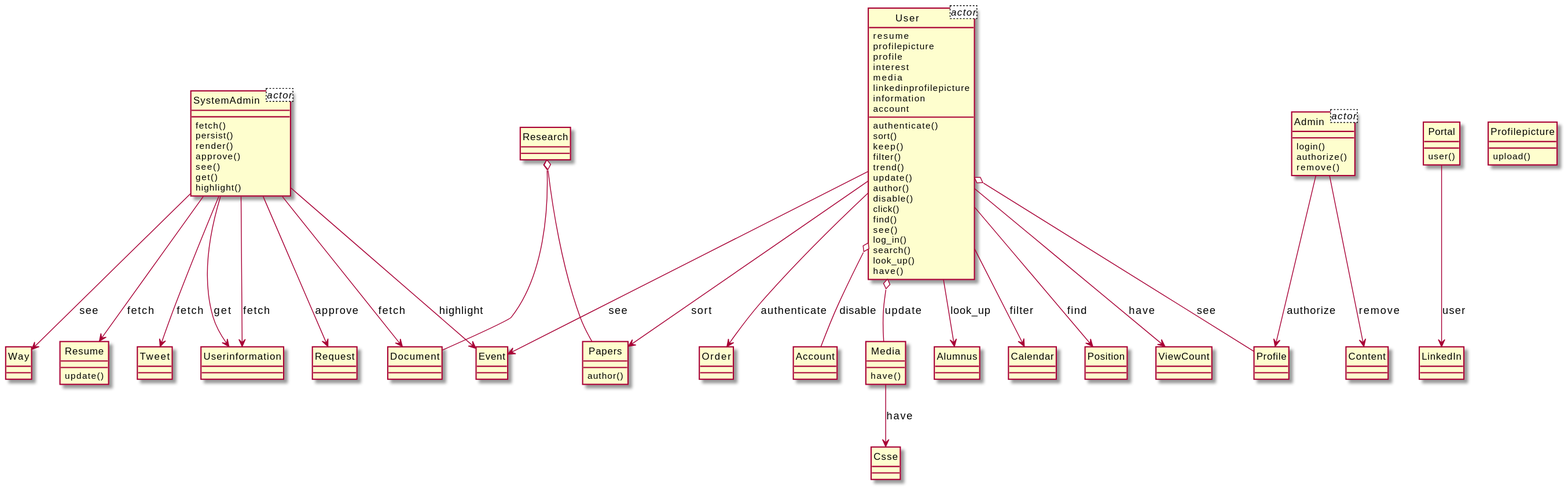
Before: output/diagram_5/2019-USC-Project01.svg, a diagram exported from PlantUML (xixixhalu/DomainModelExtractor).
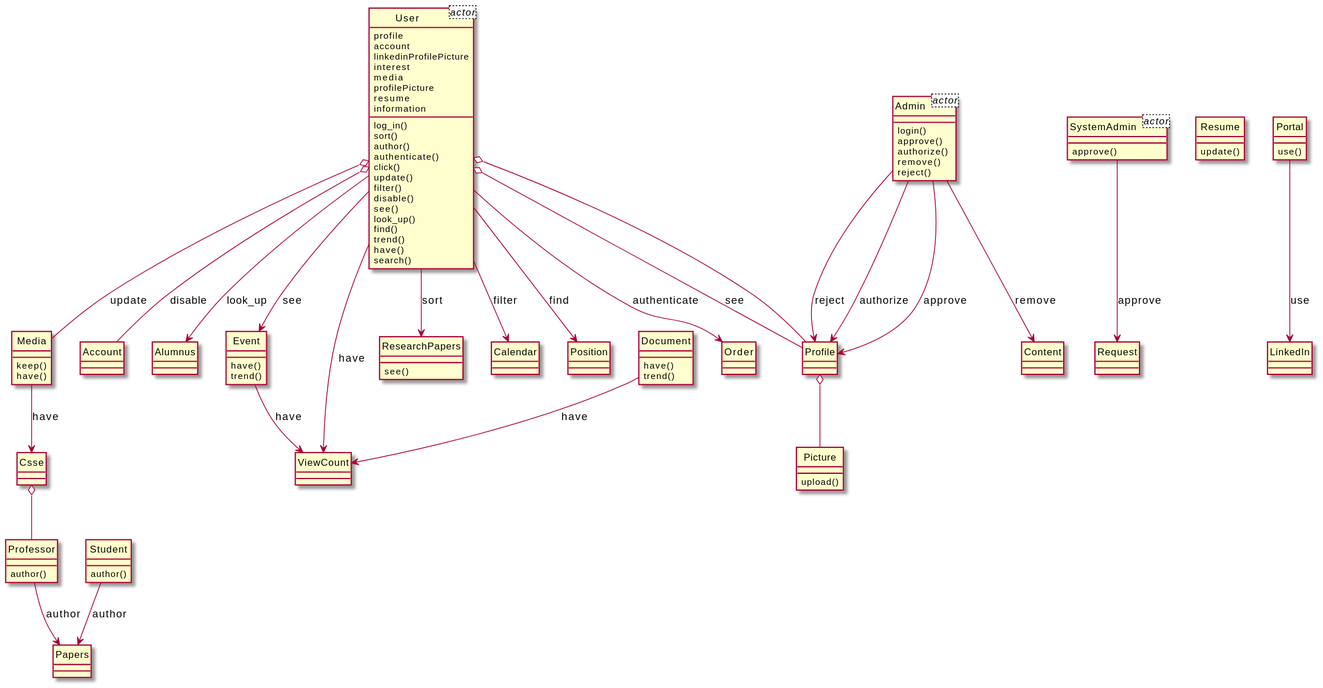
The same file after the commit.

The edit, as a diff of the source:
```diff
@@ -1,121 +1,121 @@
 @startuml
 hide circle
 class User<actor> {
-	resume
-	profilepicture
 	profile
+	account
+	linkedinProfilePicture
 	interest
 	media
-	linkedinprofilepicture
+	profilePicture
+	resume
 	information
-	account
 }
 class SystemAdmin<actor> {
 }
 class Admin<actor> {
 }
-class Research {
+class Picture {
+	upload()
+}
+class Professor {
+	author()
+}
+class SystemAdmin {
+	approve()
+}
+class Request {
+}
+class Event {
+	have()
+	trend()
+}
+class ViewCount {
+}
+class User {
+	log_in()
+	sort()
+	author()
+	authenticate()
+	click()
+	update()
+	filter()
+	disable()
+	see()
+	look_up()
+	find()
+	trend()
+	have()
+	search()
+}
+class Account {
+}
+class Admin {
+	login()
+	approve()
+	authorize()
+	remove()
+	reject()
+}
+class Content {
+}
+class Alumnus {
 }
 class Document {
+	have()
+	trend()
 }
-class User {
-	authenticate()
-	sort()
-	keep()
-	filter()
-	trend()
-	update()
-	author()
-	disable()
-	click()
-	find()
-	see()
-	log_in()
-	search()
-	look_up()
-	have()
+class Calendar {
 }
-class Papers {
-	author()
-}
-class Portal {
-	user()
-}
-class LinkedIn {
+class Position {
 }
 class Order {
 }
-class Account {
+class Student {
+	author()
 }
-class SystemAdmin {
-	fetch()
-	persist()
-	render()
-	approve()
-	see()
-	get()
-	highlight()
-}
-class Userinformation {
+class Papers {
 }
 class Profile {
 }
 class Media {
+	keep()
 	have()
 }
-class Alumnus {
-}
-class Admin {
-	login()
-	authorize()
-	remove()
-}
-class Request {
-}
-class Way {
-}
-class Calendar {
+class Csse {
 }
 class Resume {
 	update()
 }
-class Content {
+class ResearchPapers {
+	see()
 }
-class Csse {
+class Portal {
+	use()
 }
-class Tweet {
+class LinkedIn {
 }
-class Position {
-}
-class Event {
-}
-class ViewCount {
-}
-class Profilepicture {
-	upload()
-}
-User --> Papers : sort
-User --> Order : authenticate
-SystemAdmin --> Userinformation : get
-SystemAdmin --> Userinformation : fetch
-Media --> Csse : have
+User --> ViewCount : have
+Admin --> Content : remove
+User o-- Account : disable
+User --> Alumnus : look_up
+User --> ResearchPapers : sort
 User o-- Profile : see
-User o-- Account : disable
-SystemAdmin --> Tweet : fetch
+Professor --> Papers : author
+User --> Calendar : filter
+Portal --> LinkedIn : use
+SystemAdmin --> Request : approve
+User --> Event : see
 User o-- Media : update
 User --> Position : find
-User --> Alumnus : look_up
 Admin --> Profile : authorize
-User --> Event : see
-User --> ViewCount : have
-SystemAdmin --> Request : approve
-SystemAdmin --> Event : highlight
-Research o-- Document
-Research o-- Papers
-SystemAdmin --> Way : see
-User --> Calendar : filter
-SystemAdmin --> Resume : fetch
-SystemAdmin --> Document : fetch
-Portal --> LinkedIn : user
-Admin --> Content : remove
+Csse o-- Professor
+Profile o-- Picture
+User --> Order : authenticate
+Event --> ViewCount : have
+User o-- Profile
+Document --> ViewCount : have
+Student --> Papers : author
+Admin --> Profile : approve
+Admin --> Profile : reject
+Media --> Csse : have
 @enduml
```
